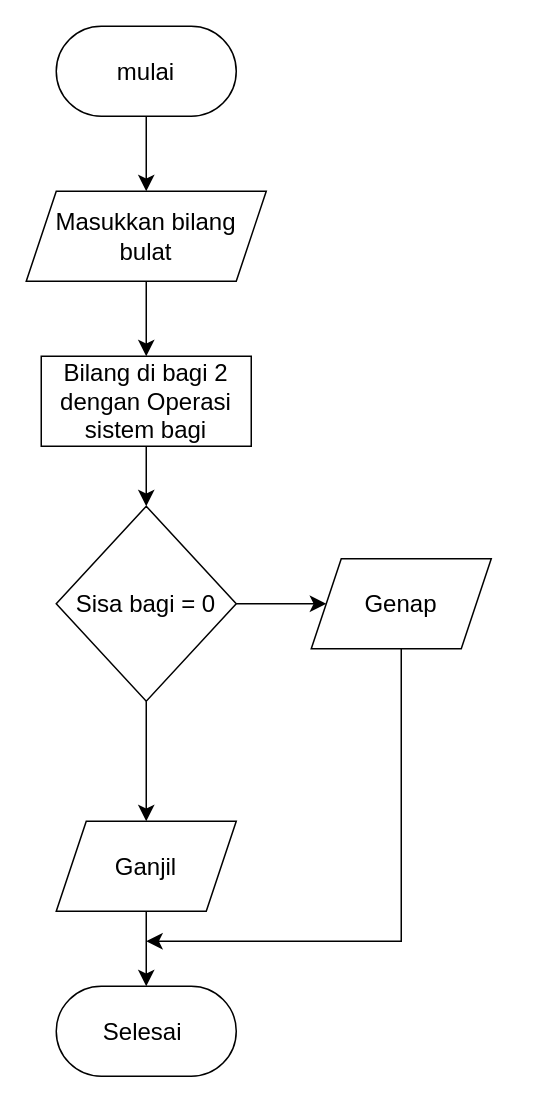
The draw.io diagram Tugas menentukan bilangan 23241091_1C.drawio in Xnowly/Algo_C_23241091, before the edit. Source tidied: cells renumbered, new cells numbered last; positions are measured from the earlier drawing's top-left corner, leaving out a move shared by most shapes. Both pictures are drawn from the tidied source at 150%, with x=0, y=0 at pixel (26, 26).
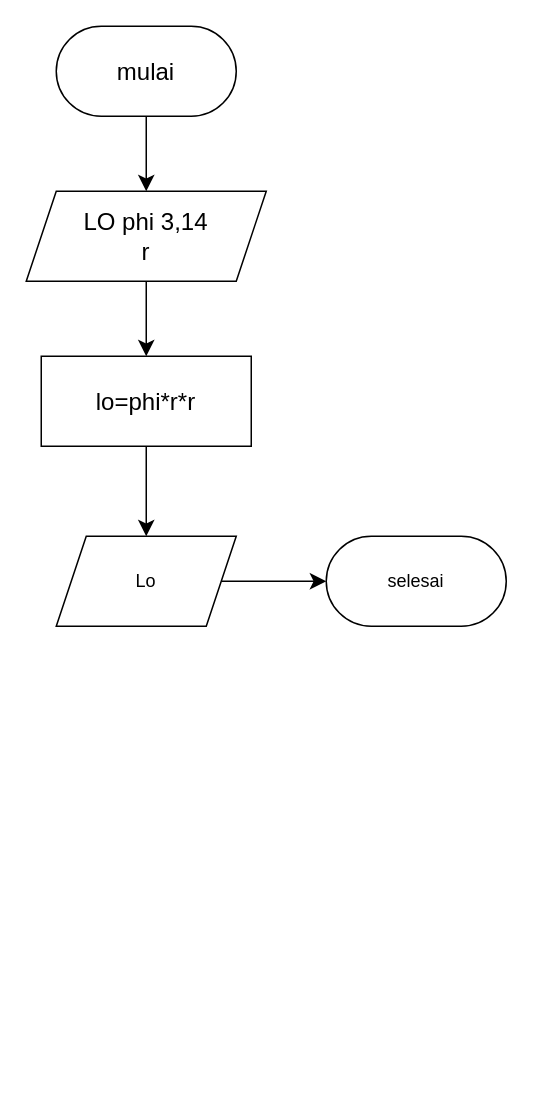
After the change.

Commit message:
meng hitung luas lingkaran 23241091_1C.drawio

What changed in the source:
```diff
@@
 <mxGraphModel>
   <root>
     <mxCell id="0" />
     <mxCell id="1" parent="0" />
-    <mxCell id="2" value="Masukkan bilang bulat" style="shape=parallelogram;perimeter=parallelogramPerimeter;whiteSpace=wrap;html=1;fixedSize=1;fontSize=16;" parent="1" vertex="1">
+    <mxCell id="2" value="&lt;div&gt;LO phi 3,14&lt;/div&gt;&lt;div&gt;r&lt;br&gt;&lt;/div&gt;" style="shape=parallelogram;perimeter=parallelogramPerimeter;whiteSpace=wrap;html=1;fixedSize=1;fontSize=16;" parent="1" vertex="1">
       <mxGeometry y="110" width="160" height="60" as="geometry" />
     </mxCell>
-    <mxCell id="3" value="Bilang di bagi 2 dengan Operasi sistem bagi" style="whiteSpace=wrap;html=1;fontSize=16;" parent="1" vertex="1">
+    <mxCell id="3" value="lo=phi*r*r" style="whiteSpace=wrap;html=1;fontSize=16;" parent="1" vertex="1">
       <mxGeometry x="10" y="220" width="140" height="60" as="geometry" />
     </mxCell>
-    <mxCell id="4" value="Genap" style="shape=parallelogram;perimeter=parallelogramPerimeter;whiteSpace=wrap;html=1;fixedSize=1;fontSize=16;" parent="1" vertex="1">
-      <mxGeometry x="190" y="355" width="120" height="60" as="geometry" />
-    </mxCell>
-    <mxCell id="5" value="Ganjil" style="shape=parallelogram;perimeter=parallelogramPerimeter;whiteSpace=wrap;html=1;fixedSize=1;fontSize=16;" parent="1" vertex="1">
-      <mxGeometry x="20" y="530" width="120" height="60" as="geometry" />
-    </mxCell>
-    <mxCell id="6" value="Selesai&amp;nbsp;" style="rounded=1;whiteSpace=wrap;html=1;fontSize=16;arcSize=50;" parent="1" vertex="1">
-      <mxGeometry x="20" y="640" width="120" height="60" as="geometry" />
-    </mxCell>
     <mxCell id="7" value="mulai" style="rounded=1;whiteSpace=wrap;html=1;fontSize=16;arcSize=50;" parent="1" vertex="1">
       <mxGeometry x="20" width="120" height="60" as="geometry" />
     </mxCell>
     <mxCell id="8" style="edgeStyle=none;jettySize=auto;html=1;rounded=0;fontSize=12;startSize=8;endSize=8;curved=1;exitX=0.5;exitY=1;exitDx=0;exitDy=0;entryX=0.5;entryY=0;entryDx=0;entryDy=0;" parent="1" edge="1" source="7" target="2">
       <mxGeometry relative="1" as="geometry" />
     </mxCell>
     <mxCell id="9" style="edgeStyle=none;jettySize=auto;html=1;rounded=0;fontSize=12;startSize=8;endSize=8;curved=1;entryX=0.5;entryY=0;entryDx=0;entryDy=0;exitX=0.5;exitY=1;exitDx=0;exitDy=0;" parent="1" edge="1" source="2" target="3">
       <mxGeometry relative="1" as="geometry" />
     </mxCell>
-    <mxCell id="10" style="edgeStyle=none;jettySize=auto;html=1;rounded=0;fontSize=12;startSize=8;endSize=8;curved=1;entryX=0.5;entryY=0;entryDx=0;entryDy=0;exitX=0.5;exitY=1;exitDx=0;exitDy=0;" parent="1" edge="1" source="3" target="13">
+    <mxCell id="10" style="edgeStyle=none;jettySize=auto;html=1;rounded=0;fontSize=12;startSize=8;endSize=8;curved=1;entryX=0.5;entryY=0;entryDx=0;entryDy=0;exitX=0.5;exitY=1;exitDx=0;exitDy=0;" parent="1" edge="1" source="3" target="16">
       <mxGeometry relative="1" as="geometry" />
     </mxCell>
-    <mxCell id="11" style="edgeStyle=none;jettySize=auto;html=1;rounded=0;fontSize=12;startSize=8;endSize=8;curved=1;entryX=0.5;entryY=0;entryDx=0;entryDy=0;exitX=0.5;exitY=1;exitDx=0;exitDy=0;" parent="1" edge="1" source="13" target="5">
-      <mxGeometry relative="1" as="geometry" />
-    </mxCell>
-    <mxCell id="12" style="edgeStyle=none;jettySize=auto;html=1;rounded=0;fontSize=12;startSize=8;endSize=8;curved=1;entryX=0.5;entryY=0;entryDx=0;entryDy=0;exitX=0.5;exitY=1;exitDx=0;exitDy=0;" parent="1" edge="1" source="5" target="6">
-      <mxGeometry relative="1" as="geometry" />
-    </mxCell>
-    <mxCell id="13" value="Sisa bagi = 0" style="rhombus;whiteSpace=wrap;html=1;fontSize=16;" parent="1" vertex="1">
-      <mxGeometry x="20" y="320" width="120" height="130" as="geometry" />
-    </mxCell>
-    <mxCell id="14" style="edgeStyle=none;jettySize=auto;html=1;rounded=0;fontSize=12;startSize=8;endSize=8;curved=1;entryX=0;entryY=0.5;entryDx=0;entryDy=0;exitX=1;exitY=0.5;exitDx=0;exitDy=0;" parent="1" edge="1" source="13" target="4">
-      <mxGeometry relative="1" as="geometry" />
+    <mxCell id="14" style="edgeStyle=none;jettySize=auto;html=1;rounded=0;fontSize=12;startSize=8;endSize=8;curved=1;entryX=0;entryY=0.5;entryDx=0;entryDy=0;exitX=1;exitY=0.5;exitDx=0;exitDy=0;" parent="1" edge="1" source="16">
+      <mxGeometry relative="1" as="geometry">
+        <mxPoint x="200" y="370" as="targetPoint" />
+      </mxGeometry>
     </mxCell>
-    <mxCell id="15" style="edgeStyle=segmentEdgeStyle;endArrow=classic;html=1;curved=0;rounded=0;endSize=8;startSize=8;sourcePerimeterSpacing=0;targetPerimeterSpacing=0;fontSize=12;exitX=0.5;exitY=1;exitDx=0;exitDy=0;" parent="1" edge="1" source="4">
-      <mxGeometry relative="1" as="geometry">
-        <mxPoint x="80" y="610" as="targetPoint" />
-        <Array as="points">
-          <mxPoint x="250" y="610" />
-        </Array>
-      </mxGeometry>
-    </mxCell>
+    <mxCell id="16" value="Lo" style="shape=parallelogram;perimeter=parallelogramPerimeter;whiteSpace=wrap;html=1;fixedSize=1;" parent="1" vertex="1">
+      <mxGeometry x="20" y="340" width="120" height="60" as="geometry" />
+    </mxCell>
+    <mxCell id="17" value="selesai" style="rounded=1;whiteSpace=wrap;html=1;arcSize=50;" parent="1" vertex="1">
+      <mxGeometry x="200" y="340" width="120" height="60" as="geometry" />
+    </mxCell>
   </root>
 </mxGraphModel>
```
